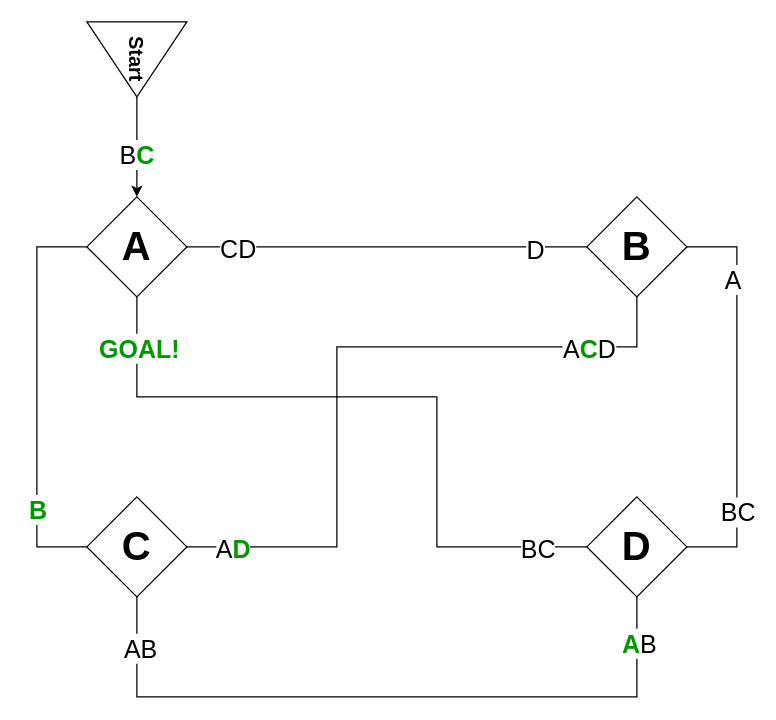
playfultechnology/asterisk-yciitu keeps this draw.io diagram as yciitu-flow.drawio. Above is the earlier version. Source tidied: cells renumbered, new cells numbered last; positions are measured from the earlier drawing's top-left corner, leaving out a move shared by most shapes. Both pictures are drawn from the tidied source at 125%, with x=0, y=0 at pixel (36, 9).
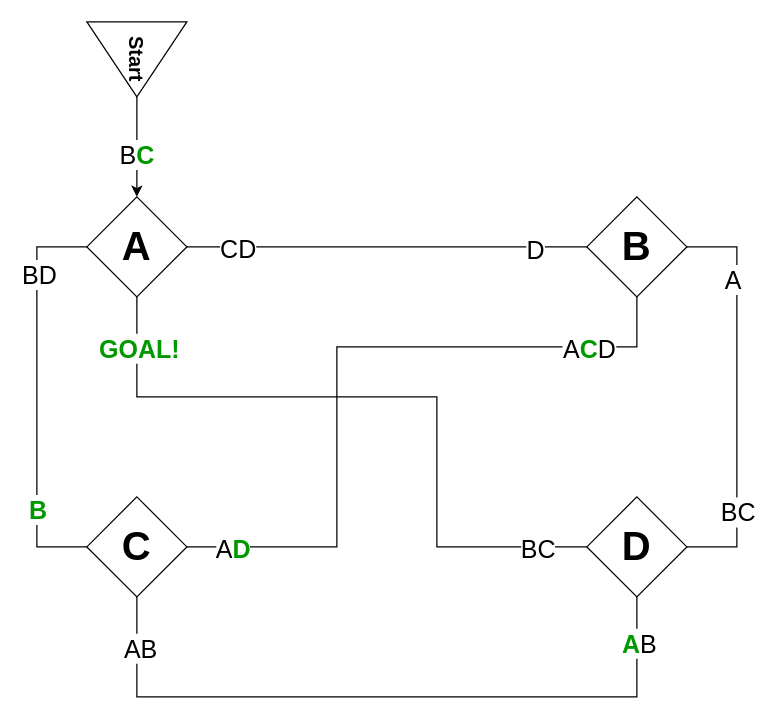
Above is the later version.

Unchanged cells that the change refers to:
```xml
<mxCell id="2" style="edgeStyle=orthogonalEdgeStyle;rounded=0;jettySize=auto;html=1;entryX=0;entryY=0.5;entryDx=0;entryDy=0;exitX=0;exitY=0.5;exitDx=0;exitDy=0;startArrow=none;startFill=0;fontSize=20;endArrow=none;endFill=0;" parent="1" edge="1" source="7" target="14">
  <mxGeometry relative="1" as="geometry">
    <Array as="points">
      <mxPoint y="190" />
      <mxPoint y="430" />
    </Array>
  </mxGeometry>
</mxCell>
```

Diff of the diagram source:
```diff
@@
+    <mxCell id="26" value="BD" style="edgeLabel;html=1;align=center;verticalAlign=middle;fontSize=20;" parent="2" vertex="1">
+      <mxGeometry x="-0.62" y="1" relative="1" as="geometry" />
+    </mxCell>
```
